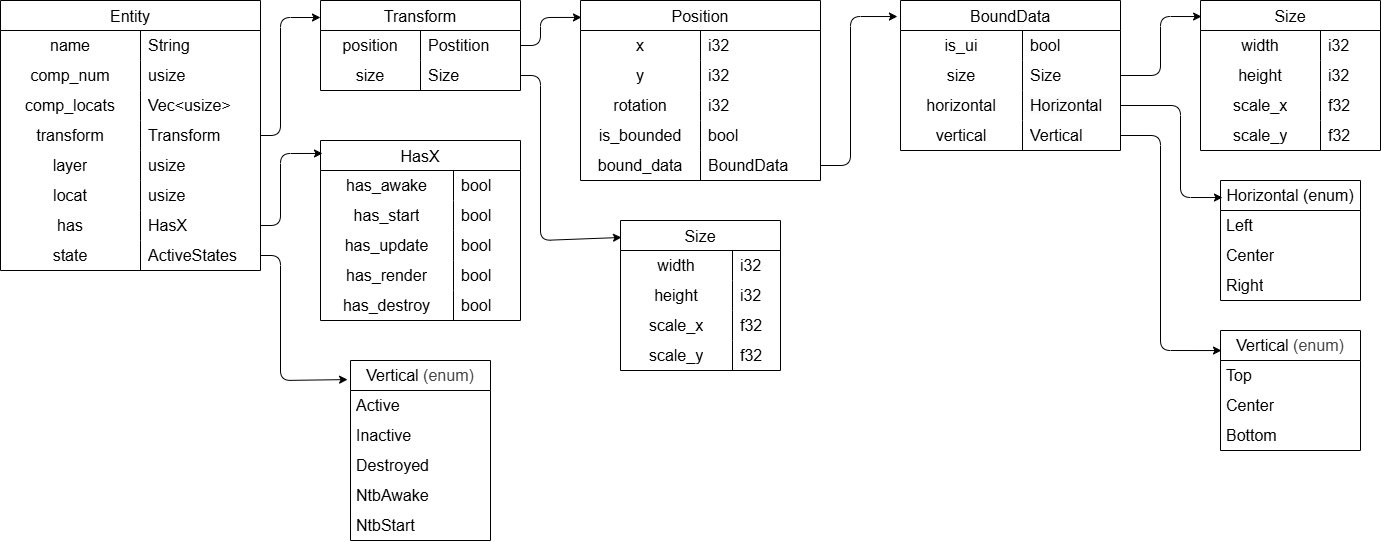
Earlier version of the draw.io export docs/systems/diagrams/working files/entity_system-entity_component_relation.drawio.png (EdwardLe0n/TurbECS). Source tidied: cells renumbered, new cells last; positions are measured from the earlier drawing's top-left corner, leaving out a move shared by most shapes.
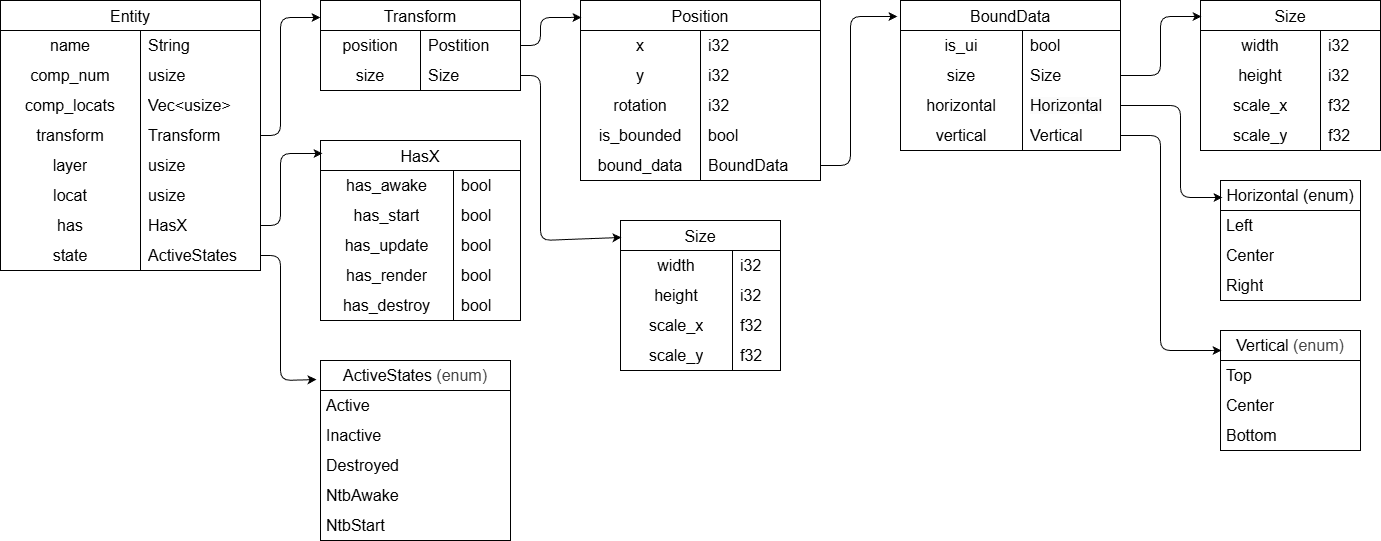
Later version of the same file.

Change to the diagram source:
```diff
@@ -399,23 +399,23 @@
         </Array>
       </mxGeometry>
     </mxCell>
-    <mxCell id="121" value="&lt;font&gt;Vertical&amp;nbsp;&lt;/font&gt;&lt;span style=&quot;color: rgb(63, 63, 63);&quot;&gt;(enum)&lt;/span&gt;" style="swimlane;fontStyle=0;horizontal=1;startSize=30;whiteSpace=wrap;html=1;fontSize=16;" parent="1" vertex="1">
-      <mxGeometry x="350" y="360" width="140" height="180" as="geometry" />
+    <mxCell id="121" value="&lt;font&gt;ActiveStates&amp;nbsp;&lt;/font&gt;&lt;span style=&quot;color: rgb(63, 63, 63);&quot;&gt;(enum)&lt;/span&gt;" style="swimlane;fontStyle=0;horizontal=1;startSize=30;whiteSpace=wrap;html=1;fontSize=16;" parent="1" vertex="1">
+      <mxGeometry x="320" y="360" width="190" height="180" as="geometry" />
     </mxCell>
     <mxCell id="122" value="&lt;font&gt;Active&lt;/font&gt;" style="text;strokeColor=none;fillColor=none;align=left;verticalAlign=middle;spacingLeft=4;spacingRight=4;overflow=hidden;whiteSpace=wrap;html=1;fontSize=16;fontColor=#000000;" parent="121" vertex="1">
-      <mxGeometry y="30" width="140" height="30" as="geometry" />
+      <mxGeometry y="30" width="190" height="30" as="geometry" />
     </mxCell>
     <mxCell id="123" value="Inactive" style="text;strokeColor=none;fillColor=none;align=left;verticalAlign=middle;spacingLeft=4;spacingRight=4;overflow=hidden;whiteSpace=wrap;html=1;fontSize=16;fontColor=#000000;" parent="121" vertex="1">
-      <mxGeometry y="60" width="140" height="30" as="geometry" />
+      <mxGeometry y="60" width="190" height="30" as="geometry" />
     </mxCell>
     <mxCell id="124" value="Destroyed" style="text;strokeColor=none;fillColor=none;align=left;verticalAlign=middle;spacingLeft=4;spacingRight=4;overflow=hidden;whiteSpace=wrap;html=1;fontSize=16;" parent="121" vertex="1">
-      <mxGeometry y="90" width="140" height="30" as="geometry" />
+      <mxGeometry y="90" width="190" height="30" as="geometry" />
     </mxCell>
     <mxCell id="125" value="NtbAwake" style="text;strokeColor=none;fillColor=none;align=left;verticalAlign=middle;spacingLeft=4;spacingRight=4;overflow=hidden;whiteSpace=wrap;html=1;fontSize=16;" parent="121" vertex="1">
-      <mxGeometry y="120" width="140" height="30" as="geometry" />
+      <mxGeometry y="120" width="190" height="30" as="geometry" />
     </mxCell>
     <mxCell id="126" value="NtbStart" style="text;strokeColor=none;fillColor=none;align=left;verticalAlign=middle;spacingLeft=4;spacingRight=4;overflow=hidden;whiteSpace=wrap;html=1;fontSize=16;" parent="121" vertex="1">
-      <mxGeometry y="150" width="140" height="30" as="geometry" />
+      <mxGeometry y="150" width="190" height="30" as="geometry" />
     </mxCell>
     <mxCell id="127" style="edgeStyle=none;html=1;exitX=1;exitY=0.5;exitDx=0;exitDy=0;entryX=-0.021;entryY=0.106;entryDx=0;entryDy=0;entryPerimeter=0;" parent="1" edge="1" source="24" target="121">
       <mxGeometry relative="1" as="geometry">
```
